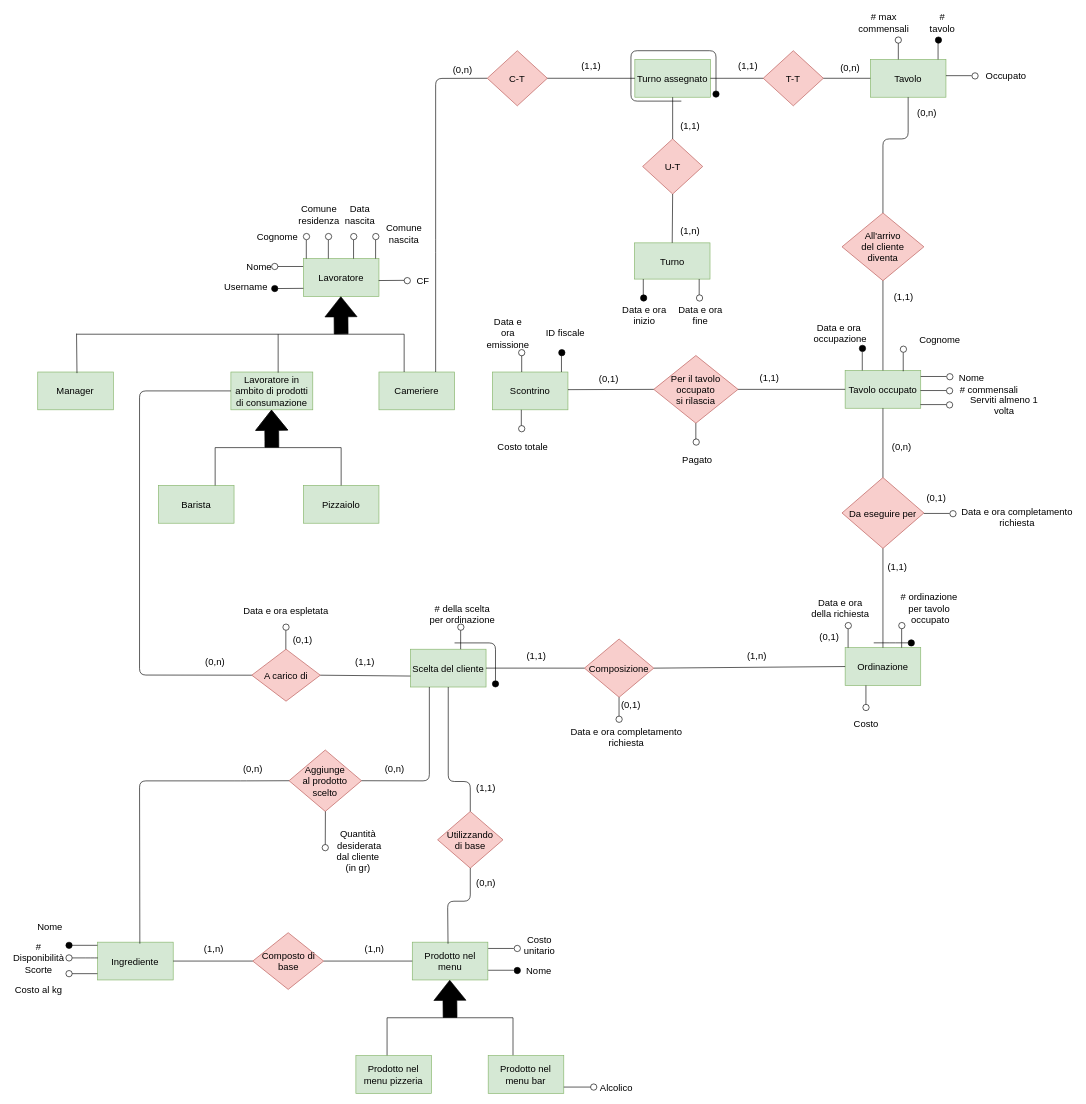
Before: ERD/ERD_EditableDiagram.drawio in StefanoBelli/pizzeria, a draw.io diagram. Source tidied: cells renumbered, new cells numbered last; positions are measured from the earlier drawing's top-left corner, leaving out a move shared by most shapes. Both pictures are drawn from the tidied source at 63%, with x=0, y=0 at pixel (10, 16).
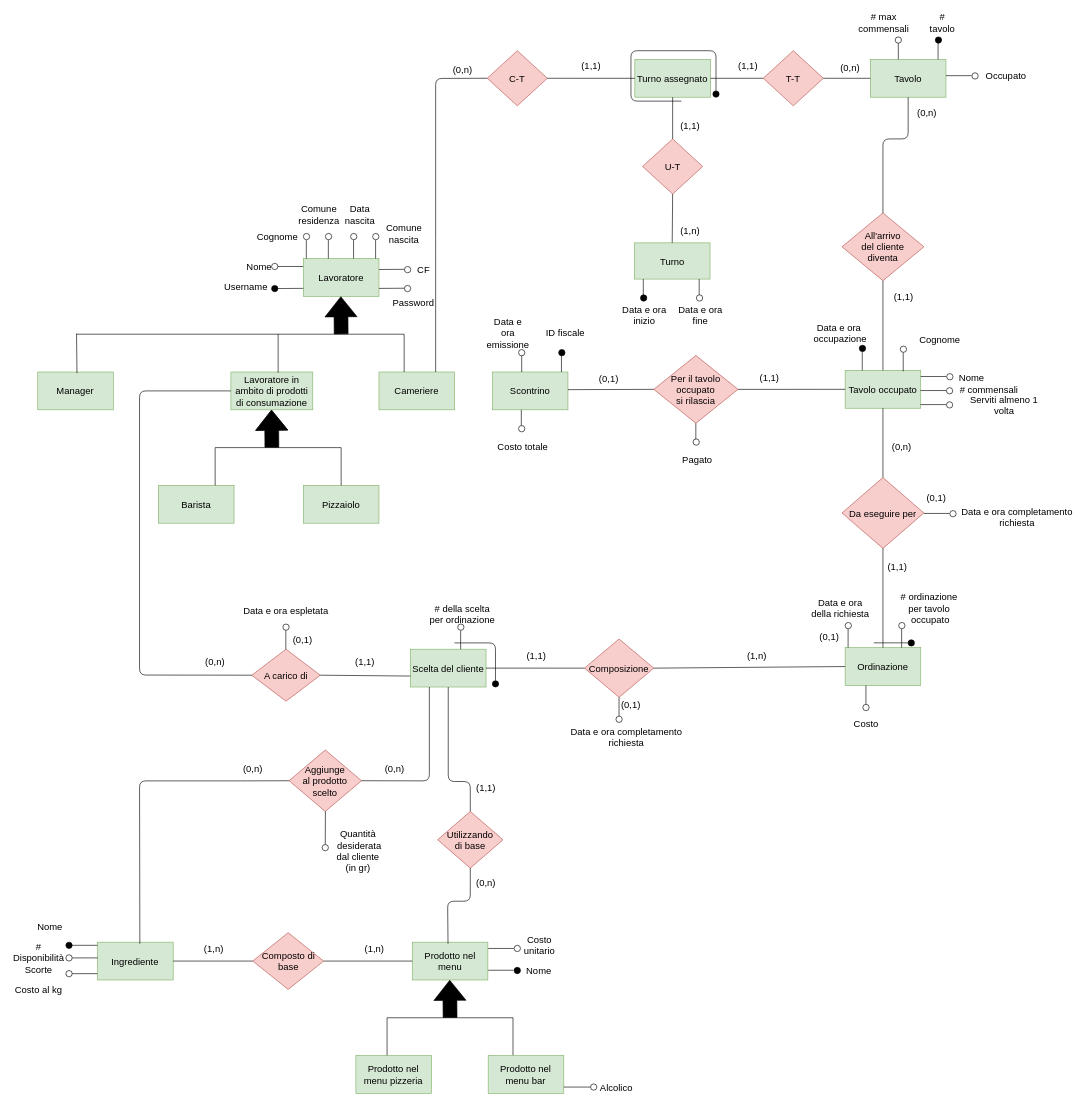
The same page after the edit.

The edit, as a diff of the source:
```diff
@@
     <mxCell id="207" style="ellipse;whiteSpace=wrap;html=1;fontSize=15;" parent="1" vertex="1">
-      <mxGeometry x="625" y="415" width="10" height="10" as="geometry" />
+      <mxGeometry x="625.5" y="397.5" width="10" height="10" as="geometry" />
     </mxCell>
     <mxCell id="208" value="CF" style="text;html=1;strokeColor=none;fillColor=none;align=center;verticalAlign=middle;whiteSpace=wrap;rounded=0;fontSize=15;" parent="1" vertex="1">
-      <mxGeometry x="635" y="410" width="40" height="20" as="geometry" />
+      <mxGeometry x="635.5" y="392.5" width="40" height="20" as="geometry" />
     </mxCell>
     <mxCell id="209" style="endArrow=none;html=1;fillColor=#000000;entryX=1;entryY=0.5;entryDx=0;entryDy=0;exitX=0.003;exitY=0.828;exitDx=0;exitDy=0;exitPerimeter=0;fontSize=15;" parent="1" edge="1">
       <mxGeometry relative="1" as="geometry">
-        <mxPoint x="625" y="419.5" as="sourcePoint" />
-        <mxPoint x="584.6" y="419.8" as="targetPoint" />
+        <mxPoint x="625.5" y="402" as="sourcePoint" />
+        <mxPoint x="585.2" y="402.3" as="targetPoint" />
       </mxGeometry>
     </mxCell>
@@
+    <mxCell id="211" style="ellipse;whiteSpace=wrap;html=1;fontSize=15;" parent="1" vertex="1">
+      <mxGeometry x="625.4" y="427.5" width="10" height="10" as="geometry" />
+    </mxCell>
+    <mxCell id="212" value="Password" style="text;html=1;strokeColor=none;fillColor=none;align=center;verticalAlign=middle;whiteSpace=wrap;rounded=0;fontSize=15;" parent="1" vertex="1">
+      <mxGeometry x="620" y="445" width="40" height="20" as="geometry" />
+    </mxCell>
+    <mxCell id="213" style="endArrow=none;html=1;fillColor=#000000;entryX=1;entryY=0.5;entryDx=0;entryDy=0;exitX=0.003;exitY=0.828;exitDx=0;exitDy=0;exitPerimeter=0;fontSize=15;" parent="1" edge="1">
+      <mxGeometry relative="1" as="geometry">
+        <mxPoint x="625.4" y="432" as="sourcePoint" />
+        <mxPoint x="585" y="432.3" as="targetPoint" />
+      </mxGeometry>
+    </mxCell>
```
